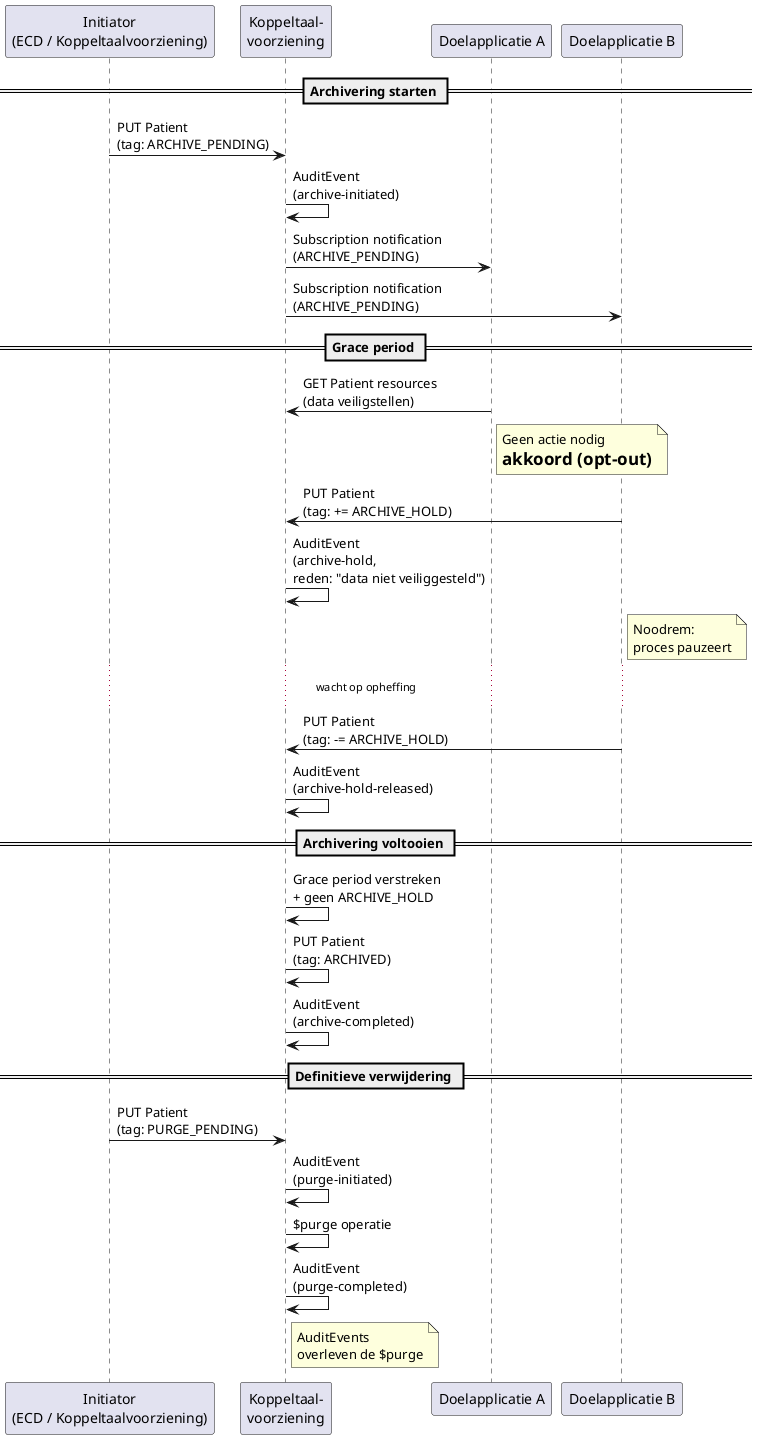
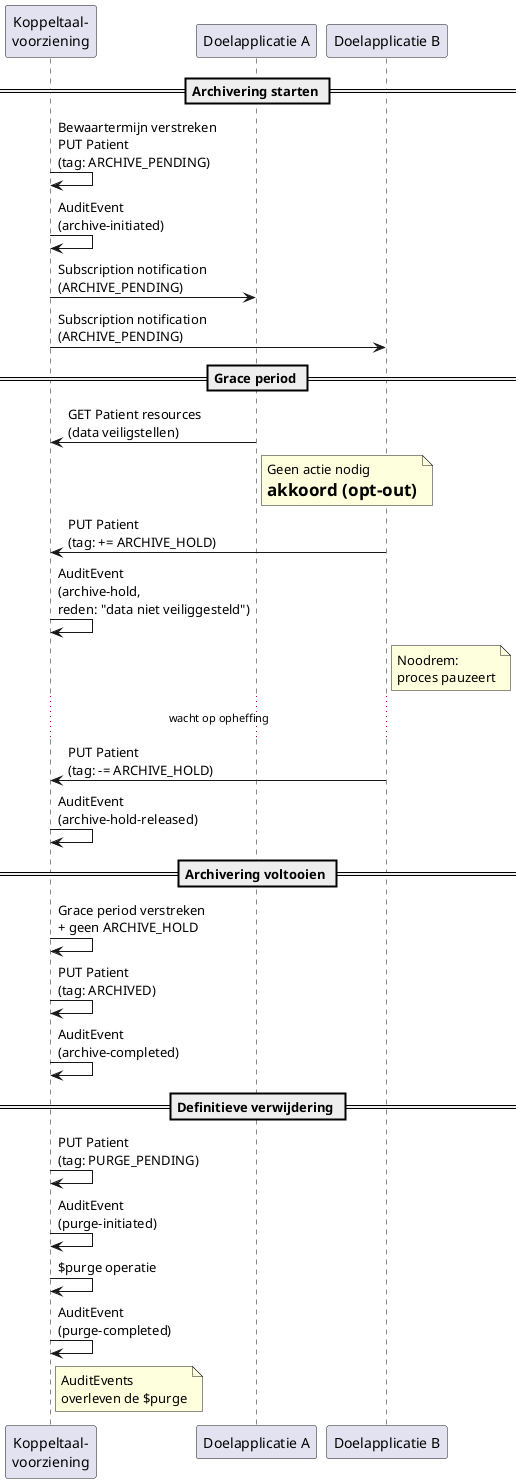
@startuml archivering-interactie

- participant "Initiator\n(ECD / Koppeltaalvoorziening)" as Init
participant "Koppeltaal-\nvoorziening" as KT
participant "Doelapplicatie A" as AppA
participant "Doelapplicatie B" as AppB

== Archivering starten ==

- Init -> KT : PUT Patient\n(tag: ARCHIVE_PENDING)
+ KT -> KT : Bewaartermijn verstreken\nPUT Patient\n(tag: ARCHIVE_PENDING)
KT -> KT : AuditEvent\n(archive-initiated)
KT -> AppA : Subscription notification\n(ARCHIVE_PENDING)
KT -> AppB : Subscription notification\n(ARCHIVE_PENDING)

== Grace period ==

AppA -> KT : GET Patient resources\n(data veiligstellen)
note right of AppA : Geen actie nodig\n= akkoord (opt-out)

AppB -> KT : PUT Patient\n(tag: += ARCHIVE_HOLD)
KT -> KT : AuditEvent\n(archive-hold,\nreden: "data niet veiliggesteld")
note right of AppB : Noodrem:\nproces pauzeert

...wacht op opheffing...

AppB -> KT : PUT Patient\n(tag: -= ARCHIVE_HOLD)
KT -> KT : AuditEvent\n(archive-hold-released)

== Archivering voltooien ==

KT -> KT : Grace period verstreken\n+ geen ARCHIVE_HOLD
KT -> KT : PUT Patient\n(tag: ARCHIVED)
KT -> KT : AuditEvent\n(archive-completed)

== Definitieve verwijdering ==

- Init -> KT : PUT Patient\n(tag: PURGE_PENDING)
+ KT -> KT : PUT Patient\n(tag: PURGE_PENDING)
KT -> KT : AuditEvent\n(purge-initiated)

KT -> KT : $purge operatie
KT -> KT : AuditEvent\n(purge-completed)
note right of KT : AuditEvents\noverleven de $purge

@enduml
